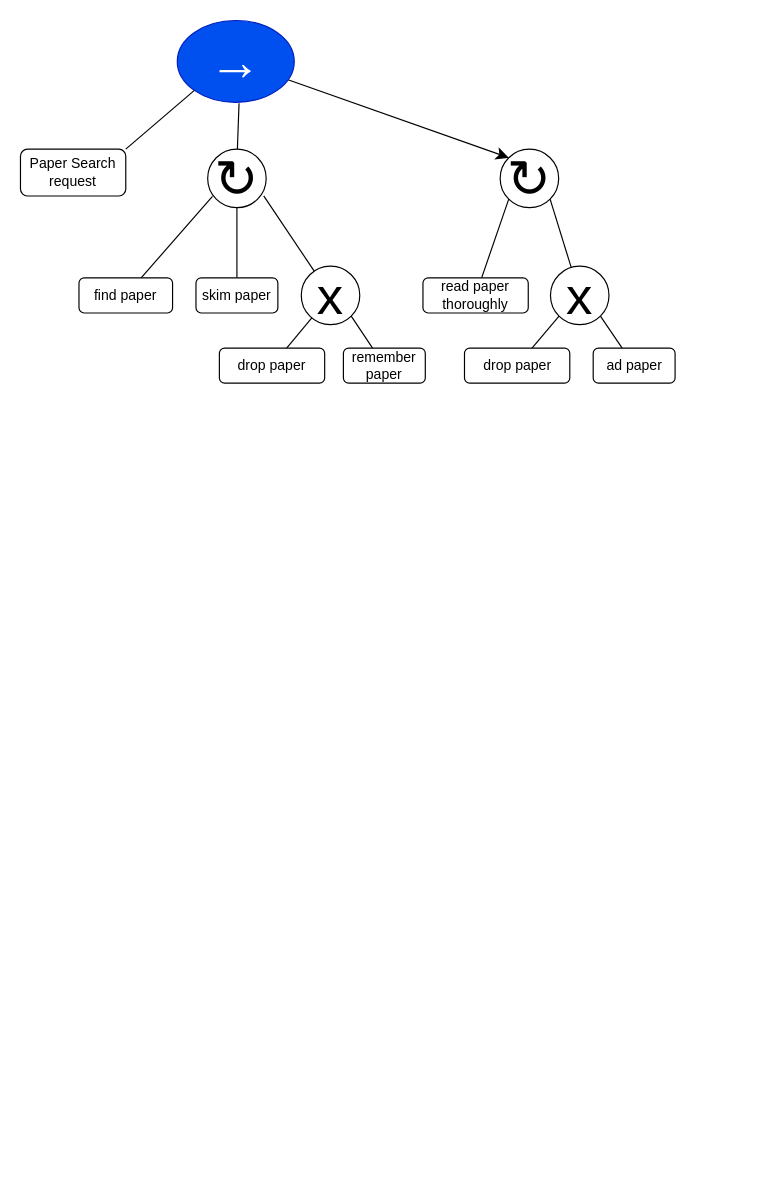
This is page "Seite-1" (1 of 2) of Homework_1/Metamodeling Process Trees.drawio from Onur-Bingoel/Model-Driven-Engineering, a draw.io file, before an edit. Source tidied: cells renumbered, new cells numbered last; positions are measured from the earlier drawing's top-left corner, leaving out a move shared by most shapes. Both pictures are drawn from the tidied source at 117%, with x=0, y=0 at pixel (20, 20).
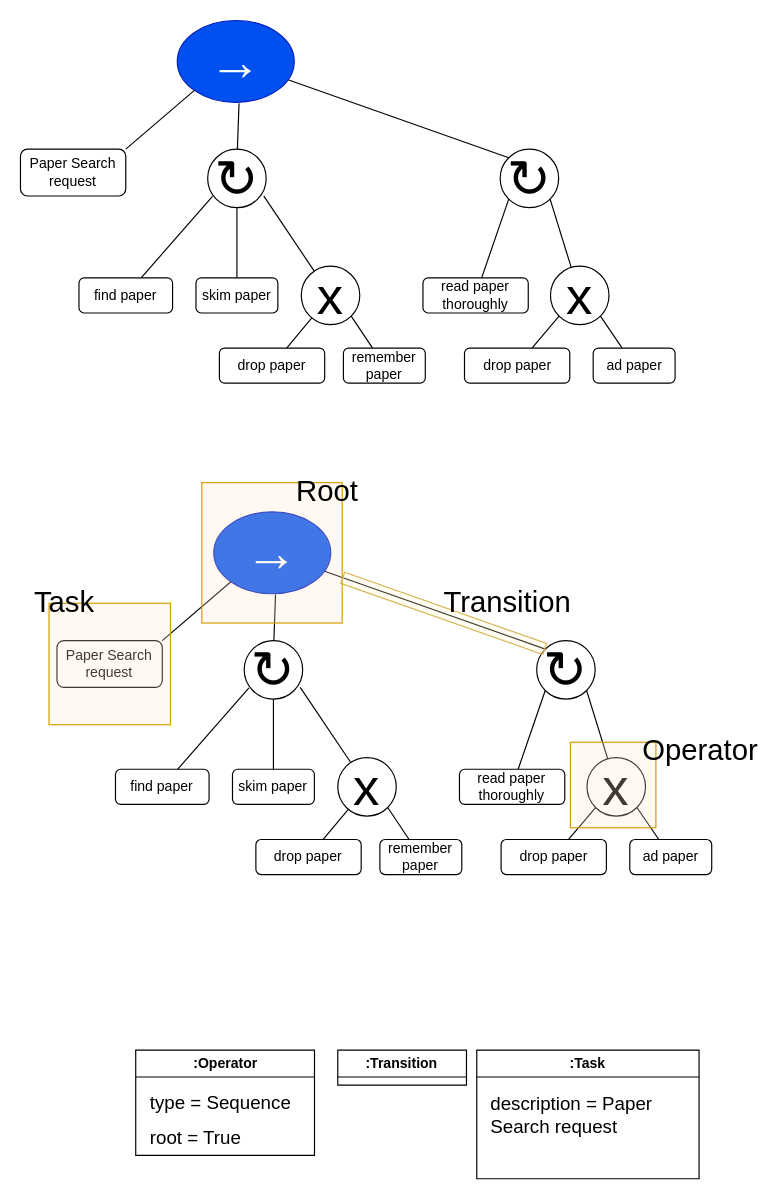
Above is the later version.

Unchanged cells that the change refers to:
```xml
<mxCell id="3" value="&lt;font style=&quot;font-size: 45px;&quot;&gt;→&lt;/font&gt;" style="ellipse;whiteSpace=wrap;html=1;fillColor=#0050ef;strokeColor=#001DBC;fontColor=#ffffff;" parent="1" vertex="1">
  <mxGeometry x="134" width="100" height="70" as="geometry" />
</mxCell>
<mxCell id="18" value="&lt;font style=&quot;font-size: 45px;&quot;&gt;↻&lt;/font&gt;" style="ellipse;whiteSpace=wrap;html=1;" parent="1" vertex="1">
  <mxGeometry x="410" y="110" width="50" height="50" as="geometry" />
</mxCell>
```

The edit, as a diff of the source:
```diff
@@
-    <mxCell id="2" style="edgeStyle=none;curved=1;rounded=0;jettySize=auto;html=1;entryX=0;entryY=0;entryDx=0;entryDy=0;fontSize=12;startSize=8;endSize=8;" parent="1" edge="1" source="3" target="18">
+    <mxCell id="2" style="edgeStyle=none;curved=1;rounded=0;jettySize=auto;html=1;entryX=0;entryY=0;entryDx=0;entryDy=0;fontSize=12;startSize=8;endSize=8;endArrow=none;endFill=0;" parent="1" edge="1" source="3" target="18">
       <mxGeometry relative="1" as="geometry" />
     </mxCell>
@@
+    <mxCell id="27" value=":Operator" style="swimlane;whiteSpace=wrap;html=1;" parent="1" vertex="1">
+      <mxGeometry x="98.5" y="880" width="152.8" height="90" as="geometry" />
+    </mxCell>
+    <mxCell id="28" value="&lt;div align=&quot;left&quot;&gt;type = Sequence&amp;nbsp;&lt;/div&gt;" style="text;html=1;whiteSpace=wrap;strokeColor=none;fillColor=none;align=left;verticalAlign=middle;rounded=0;fontSize=16;" parent="27" vertex="1">
+      <mxGeometry x="10" y="30" width="180" height="30" as="geometry" />
+    </mxCell>
+    <mxCell id="29" value="&lt;div align=&quot;left&quot;&gt;root = True&lt;/div&gt;" style="text;html=1;whiteSpace=wrap;strokeColor=none;fillColor=none;align=left;verticalAlign=middle;rounded=0;fontSize=16;" parent="27" vertex="1">
+      <mxGeometry x="10" y="60" width="180" height="30" as="geometry" />
+    </mxCell>
+    <mxCell id="30" style="edgeStyle=none;curved=1;rounded=0;jettySize=auto;html=1;entryX=0;entryY=0;entryDx=0;entryDy=0;fontSize=12;startSize=8;endSize=8;endArrow=none;endFill=0;" parent="1" edge="1" source="31" target="46">
+      <mxGeometry relative="1" as="geometry" />
+    </mxCell>
+    <mxCell id="31" value="&lt;font style=&quot;font-size: 45px;&quot;&gt;→&lt;/font&gt;" style="ellipse;whiteSpace=wrap;html=1;fillColor=#0050ef;strokeColor=#001DBC;fontColor=#ffffff;" parent="1" vertex="1">
+      <mxGeometry x="165.2" y="420" width="100" height="70" as="geometry" />
+    </mxCell>
+    <mxCell id="32" value="Paper Search request" style="rounded=1;whiteSpace=wrap;html=1;" parent="1" vertex="1">
+      <mxGeometry x="31.2" y="530" width="90" height="40" as="geometry" />
+    </mxCell>
+    <mxCell id="33" style="endArrow=none;html=1;rounded=0;fontSize=12;startSize=8;endSize=8;curved=1;exitX=1;exitY=0;exitDx=0;exitDy=0;entryX=0;entryY=1;entryDx=0;entryDy=0;" parent="1" edge="1" source="32" target="31">
+      <mxGeometry relative="1" as="geometry" />
+    </mxCell>
+    <mxCell id="34" value="&lt;font style=&quot;font-size: 45px;&quot;&gt;↻&lt;/font&gt;" style="ellipse;whiteSpace=wrap;html=1;" parent="1" vertex="1">
+      <mxGeometry x="191.2" y="530" width="50" height="50" as="geometry" />
+    </mxCell>
+    <mxCell id="35" style="edgeStyle=none;curved=1;rounded=0;jettySize=auto;html=1;entryX=0.528;entryY=1.01;entryDx=0;entryDy=0;entryPerimeter=0;fontSize=12;startSize=8;endSize=8;endArrow=none;endFill=0;" parent="1" edge="1" source="34" target="31">
+      <mxGeometry relative="1" as="geometry" />
+    </mxCell>
+    <mxCell id="36" style="edgeStyle=none;curved=1;rounded=0;jettySize=auto;html=1;fontSize=12;startSize=8;endSize=8;endArrow=none;endFill=0;" parent="1" edge="1" source="37" target="41">
+      <mxGeometry relative="1" as="geometry" />
+    </mxCell>
+    <mxCell id="37" value="drop paper" style="rounded=1;whiteSpace=wrap;html=1;" parent="1" vertex="1">
+      <mxGeometry x="201.2" y="700" width="90" height="30" as="geometry" />
+    </mxCell>
+    <mxCell id="38" style="edgeStyle=none;curved=1;rounded=0;jettySize=auto;html=1;entryX=1;entryY=1;entryDx=0;entryDy=0;fontSize=12;startSize=8;endSize=8;endArrow=none;endFill=0;" parent="1" edge="1" source="39" target="41">
+      <mxGeometry relative="1" as="geometry" />
+    </mxCell>
+    <mxCell id="39" value="remember paper" style="rounded=1;whiteSpace=wrap;html=1;" parent="1" vertex="1">
+      <mxGeometry x="307.2" y="700" width="70" height="30" as="geometry" />
+    </mxCell>
+    <mxCell id="40" style="edgeStyle=none;curved=1;rounded=0;jettySize=auto;html=1;fontSize=12;startSize=8;endSize=8;entryX=0.958;entryY=0.799;entryDx=0;entryDy=0;endArrow=none;endFill=0;entryPerimeter=0;" parent="1" edge="1" source="41" target="34">
+      <mxGeometry relative="1" as="geometry" />
+    </mxCell>
+    <mxCell id="41" value="&lt;font style=&quot;font-size: 45px;&quot;&gt;x&lt;/font&gt;" style="ellipse;whiteSpace=wrap;html=1;" parent="1" vertex="1">
+      <mxGeometry x="271.2" y="630" width="50" height="50" as="geometry" />
+    </mxCell>
+    <mxCell id="42" style="edgeStyle=none;curved=1;rounded=0;jettySize=auto;html=1;entryX=0.082;entryY=0.807;entryDx=0;entryDy=0;fontSize=12;startSize=8;endSize=8;endArrow=none;endFill=0;entryPerimeter=0;" parent="1" edge="1" source="43" target="34">
+      <mxGeometry relative="1" as="geometry" />
+    </mxCell>
+    <mxCell id="43" value="find paper" style="rounded=1;whiteSpace=wrap;html=1;" parent="1" vertex="1">
+      <mxGeometry x="81.2" y="640" width="80" height="30" as="geometry" />
+    </mxCell>
+    <mxCell id="44" style="edgeStyle=none;curved=1;rounded=0;jettySize=auto;html=1;entryX=0.5;entryY=1;entryDx=0;entryDy=0;fontSize=12;startSize=8;endSize=8;endArrow=none;endFill=0;" parent="1" edge="1" source="45" target="34">
+      <mxGeometry relative="1" as="geometry" />
+    </mxCell>
+    <mxCell id="45" value="skim paper" style="rounded=1;whiteSpace=wrap;html=1;" parent="1" vertex="1">
+      <mxGeometry x="181.2" y="640" width="70" height="30" as="geometry" />
+    </mxCell>
+    <mxCell id="46" value="&lt;font style=&quot;font-size: 45px;&quot;&gt;↻&lt;/font&gt;" style="ellipse;whiteSpace=wrap;html=1;" parent="1" vertex="1">
+      <mxGeometry x="441.2" y="530" width="50" height="50" as="geometry" />
+    </mxCell>
+    <mxCell id="47" style="edgeStyle=none;curved=1;rounded=0;jettySize=auto;html=1;fontSize=12;startSize=8;endSize=8;endArrow=none;endFill=0;entryX=0;entryY=1;entryDx=0;entryDy=0;" parent="1" edge="1" source="48" target="52">
+      <mxGeometry relative="1" as="geometry" />
+    </mxCell>
+    <mxCell id="48" value="drop paper" style="rounded=1;whiteSpace=wrap;html=1;" parent="1" vertex="1">
+      <mxGeometry x="410.8" y="700" width="90" height="30" as="geometry" />
+    </mxCell>
+    <mxCell id="49" style="edgeStyle=none;curved=1;rounded=0;jettySize=auto;html=1;fontSize=12;startSize=8;endSize=8;endArrow=none;endFill=0;entryX=1;entryY=1;entryDx=0;entryDy=0;" parent="1" edge="1" source="50" target="52">
+      <mxGeometry relative="1" as="geometry" />
+    </mxCell>
+    <mxCell id="50" value="ad paper" style="rounded=1;whiteSpace=wrap;html=1;" parent="1" vertex="1">
+      <mxGeometry x="520.8" y="700" width="70" height="30" as="geometry" />
+    </mxCell>
+    <mxCell id="51" style="edgeStyle=none;curved=1;rounded=0;jettySize=auto;html=1;fontSize=12;startSize=8;endSize=8;entryX=1;entryY=1;entryDx=0;entryDy=0;endArrow=none;endFill=0;" parent="1" edge="1" source="52" target="46">
+      <mxGeometry relative="1" as="geometry" />
+    </mxCell>
+    <mxCell id="52" value="&lt;font style=&quot;font-size: 45px;&quot;&gt;x&lt;/font&gt;" style="ellipse;whiteSpace=wrap;html=1;" parent="1" vertex="1">
+      <mxGeometry x="484.2" y="630" width="50" height="50" as="geometry" />
+    </mxCell>
+    <mxCell id="53" style="edgeStyle=none;curved=1;rounded=0;jettySize=auto;html=1;entryX=0;entryY=1;entryDx=0;entryDy=0;fontSize=12;startSize=8;endSize=8;endArrow=none;endFill=0;" parent="1" edge="1" source="54" target="46">
+      <mxGeometry relative="1" as="geometry" />
+    </mxCell>
+    <mxCell id="54" value="read paper thoroughly" style="rounded=1;whiteSpace=wrap;html=1;" parent="1" vertex="1">
+      <mxGeometry x="375.2" y="640" width="90" height="30" as="geometry" />
+    </mxCell>
+    <mxCell id="55" style="whiteSpace=wrap;html=1;fillColor=#ffe6cc;strokeColor=#d79b00;glass=0;fillOpacity=25;" parent="1" vertex="1">
+      <mxGeometry x="155" y="395" width="120" height="120" as="geometry" />
+    </mxCell>
+    <mxCell id="56" value="Root" style="text;whiteSpace=wrap;fontSize=25;" parent="1" vertex="1">
+      <mxGeometry x="234" y="380" width="98.8" height="40" as="geometry" />
+    </mxCell>
+    <mxCell id="57" style="whiteSpace=wrap;html=1;fillColor=#ffe6cc;strokeColor=#d79b00;glass=0;fillOpacity=25;" parent="1" vertex="1">
+      <mxGeometry x="24.4" y="498.1" width="103.8" height="103.8" as="geometry" />
+    </mxCell>
+    <mxCell id="58" value="Task" style="text;whiteSpace=wrap;fontSize=25;" parent="1" vertex="1">
+      <mxGeometry x="10" y="475" width="98.8" height="40" as="geometry" />
+    </mxCell>
+    <mxCell id="59" style="shape=flexArrow;endArrow=none;html=1;rounded=0;fontSize=12;startSize=8;endSize=8;curved=1;endFill=0;entryX=0;entryY=0;entryDx=0;entryDy=0;fillColor=#fff2cc;strokeColor=#d6b656;fillOpacity=25;" parent="1" edge="1" source="55" target="46">
+      <mxGeometry relative="1" as="geometry" />
+    </mxCell>
+    <mxCell id="60" value="Transition" style="text;whiteSpace=wrap;fontSize=25;" parent="1" vertex="1">
+      <mxGeometry x="360.2" y="475" width="120" height="40" as="geometry" />
+    </mxCell>
+    <mxCell id="61" style="whiteSpace=wrap;html=1;fillColor=#ffe6cc;strokeColor=#d79b00;glass=0;fillOpacity=25;" parent="1" vertex="1">
+      <mxGeometry x="470" y="616.9" width="73.1" height="73.1" as="geometry" />
+    </mxCell>
+    <mxCell id="62" value="Operator" style="text;whiteSpace=wrap;fontSize=25;" parent="1" vertex="1">
+      <mxGeometry x="530" y="601.9" width="98.8" height="40" as="geometry" />
+    </mxCell>
+    <mxCell id="63" value=":Transition" style="swimlane;whiteSpace=wrap;html=1;" parent="1" vertex="1" collapsed="1">
+      <mxGeometry x="271.2" y="880" width="110" height="30" as="geometry" />
+    </mxCell>
+    <mxCell id="64" value=":Task" style="swimlane;whiteSpace=wrap;html=1;" parent="1" vertex="1">
+      <mxGeometry x="390" y="880" width="190" height="110" as="geometry" />
+    </mxCell>
+    <mxCell id="65" value="&lt;div align=&quot;left&quot;&gt;description = Paper Search request&lt;/div&gt;" style="text;html=1;whiteSpace=wrap;strokeColor=none;fillColor=none;align=left;verticalAlign=top;rounded=0;fontSize=16;" parent="64" vertex="1">
+      <mxGeometry x="10" y="30" width="180" height="80" as="geometry" />
+    </mxCell>
```
